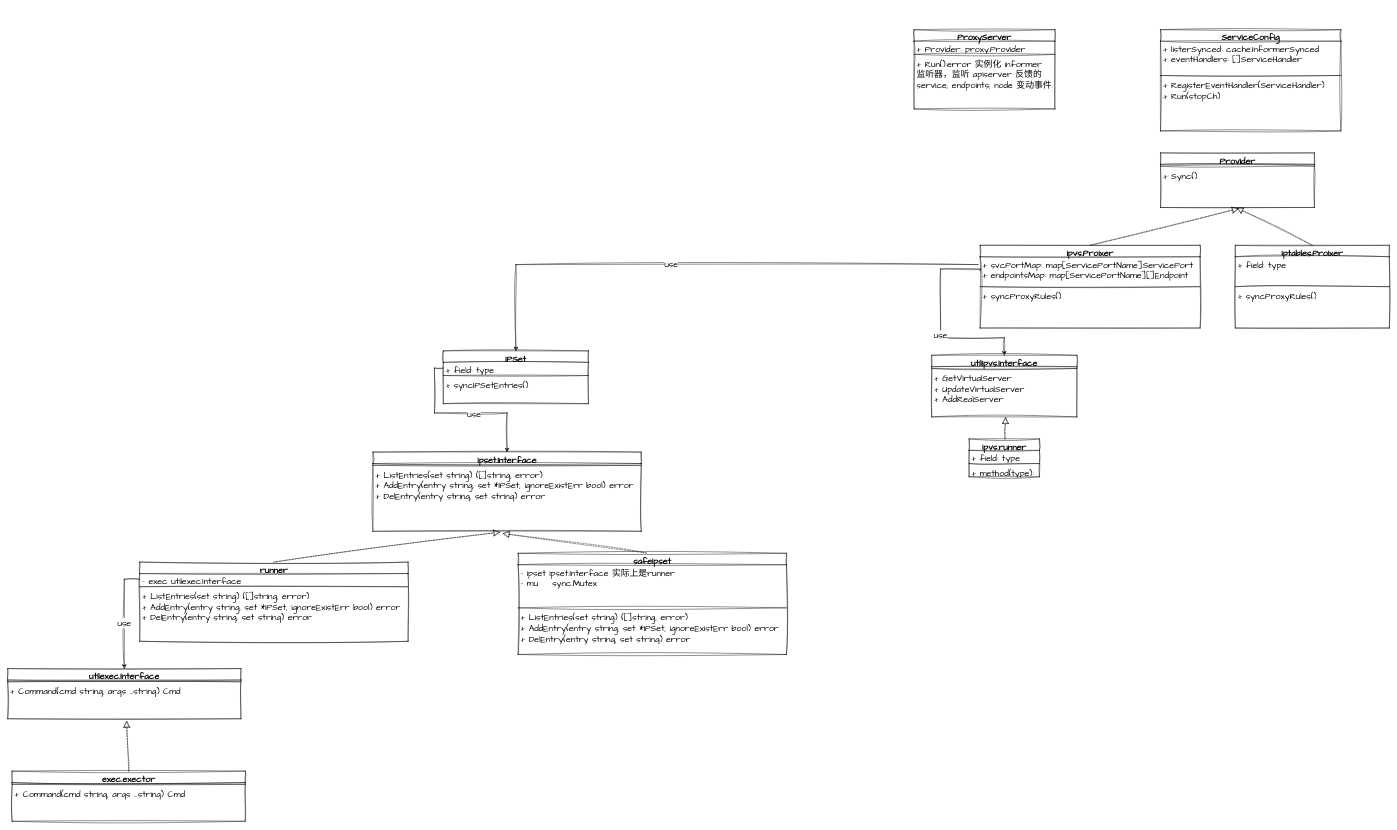
The draw.io diagram page "kube-proxy-class" (1 of 11) of docs/k8s-code-reading.drawio in caijiatao/go-lib, before the edit. Source tidied: cells renumbered, new cells numbered last; positions are measured from the earlier drawing's top-left corner, leaving out a move shared by most shapes. Both pictures are drawn from the tidied source at 44%, with x=0, y=0 at pixel (7, 29).
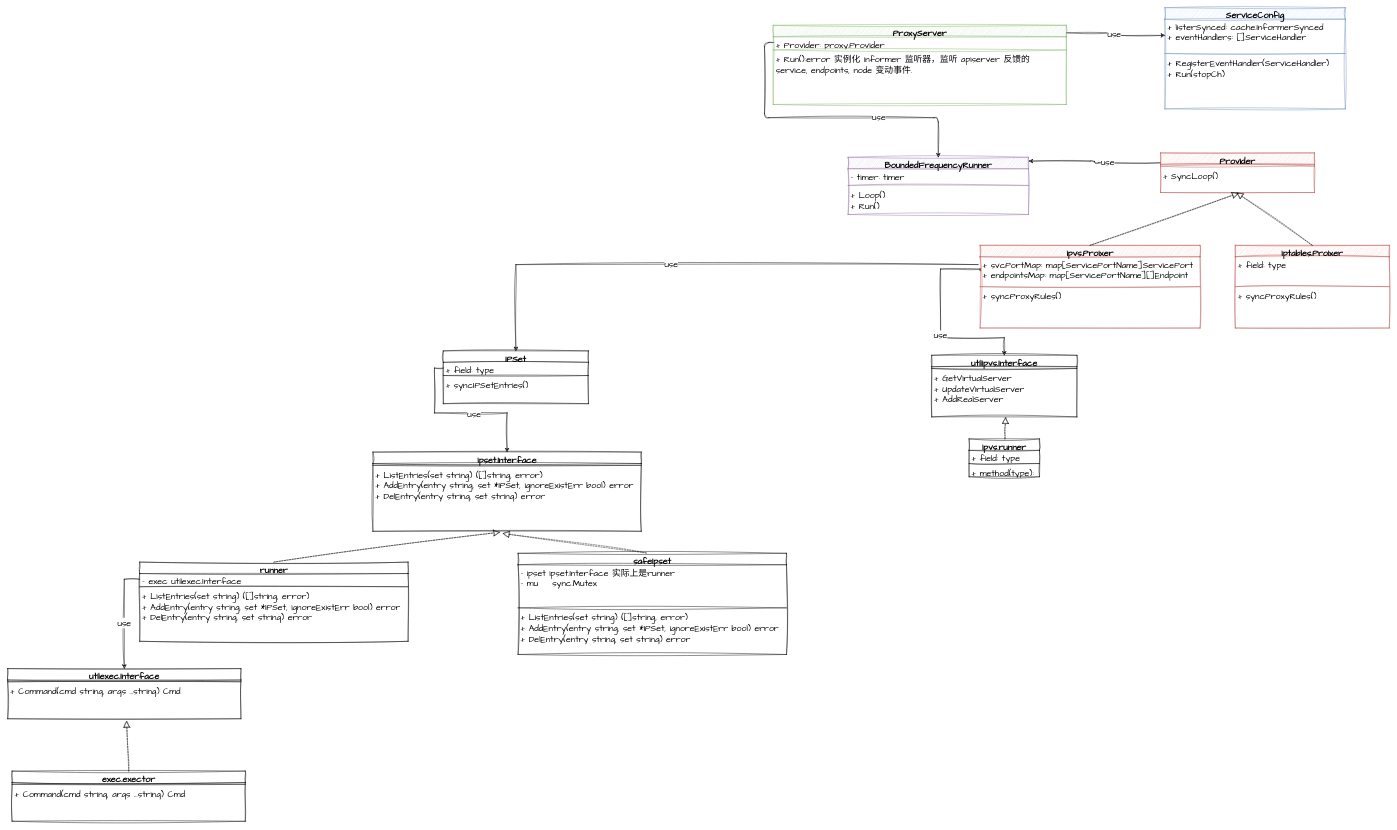
Above is the later version.

Commit message:
feature :add k8s pic

The change refers to these unchanged cells:
```xml
<mxCell id="7" value="+ listerSynced: cache.InformerSynced&lt;br&gt;+ eventHandlers: []ServiceHandler" style="text;strokeColor=none;fillColor=none;align=left;verticalAlign=top;spacingLeft=4;spacingRight=4;overflow=hidden;points=[[0,0.5],[1,0.5]];portConstraint=eastwest;whiteSpace=wrap;html=1;fontSize=20;fontFamily=Architects Daughter;" parent="6" vertex="1">
  <mxGeometry y="26" width="410" height="74" as="geometry" />
</mxCell>
```

The edit, as a diff of the source:
```diff
@@
+    <mxCell id="63" style="edgeStyle=orthogonalEdgeStyle;rounded=1;sketch=1;hachureGap=4;jiggle=2;curveFitting=1;jettySize=auto;html=1;fontFamily=Architects Daughter;fontSize=16;exitX=1;exitY=0.095;exitDx=0;exitDy=0;exitPerimeter=0;" parent="1" edge="1" source="2" target="7">
+      <mxGeometry relative="1" as="geometry" />
+    </mxCell>
+    <mxCell id="64" value="use" style="edgeLabel;html=1;align=center;verticalAlign=middle;fontSize=20;fontFamily=Architects Daughter;" parent="63" vertex="1">
+      <mxGeometry x="-0.05" y="-3" relative="1" as="geometry">
+        <mxPoint x="-1" as="offset" />
+      </mxGeometry>
+    </mxCell>
-    <mxCell id="2" value="ProxyServer" style="swimlane;fontStyle=1;align=center;verticalAlign=top;horizontal=1;startSize=26;whiteSpace=wrap;html=1;sketch=1;hachureGap=4;jiggle=2;curveFitting=1;fontFamily=Architects Daughter;fontSize=20;" parent="1" vertex="1">
-      <mxGeometry x="2060" width="320" height="180" as="geometry" />
+    <mxCell id="2" value="ProxyServer" style="swimlane;fontStyle=1;align=center;verticalAlign=top;horizontal=1;startSize=26;whiteSpace=wrap;html=1;sketch=1;hachureGap=4;jiggle=2;curveFitting=1;fontFamily=Architects Daughter;fontSize=20;fillColor=#d5e8d4;strokeColor=#82b366;" parent="1" vertex="1">
+      <mxGeometry x="1740" y="-10" width="666" height="180" as="geometry" />
     </mxCell>
     <mxCell id="3" value="+ Provider: proxy.Provider" style="text;strokeColor=none;fillColor=none;align=left;verticalAlign=top;spacingLeft=4;spacingRight=4;overflow=hidden;points=[[0,0.5],[1,0.5]];portConstraint=eastwest;whiteSpace=wrap;html=1;fontSize=20;fontFamily=Architects Daughter;" parent="2" vertex="1">
-      <mxGeometry y="26" width="320" height="26" as="geometry" />
+      <mxGeometry y="26" width="666" height="26" as="geometry" />
     </mxCell>
     <mxCell id="4" style="line;strokeWidth=1;fillColor=none;align=left;verticalAlign=middle;spacingTop=-1;spacingLeft=3;spacingRight=3;labelPosition=right;strokeColor=inherit;sketch=1;hachureGap=4;jiggle=2;curveFitting=1;fontFamily=Architects Daughter;fontSize=20;" parent="2" vertex="1">
-      <mxGeometry y="52" width="320" height="8" as="geometry" />
+      <mxGeometry y="52" width="666" height="8" as="geometry" />
     </mxCell>
     <mxCell id="5" value="+ Run():error 实例化 informer 监听器，监听 apiserver 反馈的 service, endpoints, node 变动事件." style="text;strokeColor=none;fillColor=none;align=left;verticalAlign=top;spacingLeft=4;spacingRight=4;overflow=hidden;whiteSpace=wrap;html=1;fontSize=20;fontFamily=Architects Daughter;" parent="2" vertex="1">
-      <mxGeometry y="60" width="320" height="120" as="geometry" />
+      <mxGeometry y="60" width="666" height="120" as="geometry" />
     </mxCell>
-    <mxCell id="6" value="ServiceConfig" style="swimlane;fontStyle=1;align=center;verticalAlign=top;horizontal=1;startSize=26;whiteSpace=wrap;html=1;sketch=1;hachureGap=4;jiggle=2;curveFitting=1;fontFamily=Architects Daughter;fontSize=20;" parent="1" vertex="1">
-      <mxGeometry x="2620" width="410" height="230" as="geometry" />
+    <mxCell id="6" value="ServiceConfig" style="swimlane;fontStyle=1;align=center;verticalAlign=top;horizontal=1;startSize=26;whiteSpace=wrap;html=1;sketch=1;hachureGap=4;jiggle=2;curveFitting=1;fontFamily=Architects Daughter;fontSize=20;fillColor=#dae8fc;strokeColor=#6c8ebf;" parent="1" vertex="1">
+      <mxGeometry x="2630" y="-50" width="410" height="230" as="geometry" />
     </mxCell>
@@
-    <mxCell id="10" value="ipvs.Proixer" style="swimlane;fontStyle=1;align=center;verticalAlign=top;horizontal=1;startSize=26;whiteSpace=wrap;html=1;sketch=1;hachureGap=4;jiggle=2;curveFitting=1;fontFamily=Architects Daughter;fontSize=20;" parent="1" vertex="1">
+    <mxCell id="10" value="ipvs.Proixer" style="swimlane;fontStyle=1;align=center;verticalAlign=top;horizontal=1;startSize=26;whiteSpace=wrap;html=1;sketch=1;hachureGap=4;jiggle=2;curveFitting=1;fontFamily=Architects Daughter;fontSize=20;fillColor=#f8cecc;strokeColor=#b85450;" parent="1" vertex="1">
       <mxGeometry x="2210" y="490" width="500" height="188" as="geometry" />
     </mxCell>
@@
+    <mxCell id="65" style="edgeStyle=orthogonalEdgeStyle;rounded=1;sketch=1;hachureGap=4;jiggle=2;curveFitting=1;jettySize=auto;html=1;exitX=0;exitY=0.25;exitDx=0;exitDy=0;entryX=1.002;entryY=0.066;entryDx=0;entryDy=0;entryPerimeter=0;fontFamily=Architects Daughter;fontSize=16;" parent="1" edge="1" source="14" target="67">
+      <mxGeometry relative="1" as="geometry" />
+    </mxCell>
+    <mxCell id="66" value="use" style="edgeLabel;html=1;align=center;verticalAlign=middle;fontSize=20;fontFamily=Architects Daughter;" parent="65" vertex="1">
+      <mxGeometry x="-0.2" y="-2" relative="1" as="geometry" />
+    </mxCell>
-    <mxCell id="14" value="Provider" style="swimlane;fontStyle=1;align=center;verticalAlign=top;horizontal=1;startSize=26;whiteSpace=wrap;html=1;sketch=1;hachureGap=4;jiggle=2;curveFitting=1;fontFamily=Architects Daughter;fontSize=20;" parent="1" vertex="1">
-      <mxGeometry x="2620" y="280" width="350" height="124" as="geometry" />
+    <mxCell id="14" value="Provider" style="swimlane;fontStyle=1;align=center;verticalAlign=top;horizontal=1;startSize=26;whiteSpace=wrap;html=1;sketch=1;hachureGap=4;jiggle=2;curveFitting=1;fontFamily=Architects Daughter;fontSize=20;fillColor=#f8cecc;strokeColor=#b85450;" parent="1" vertex="1">
+      <mxGeometry x="2620" y="280" width="350" height="90" as="geometry" />
     </mxCell>
@@
-    <mxCell id="16" value="+ Sync()" style="text;strokeColor=none;fillColor=none;align=left;verticalAlign=top;spacingLeft=4;spacingRight=4;overflow=hidden;points=[[0,0.5],[1,0.5]];portConstraint=eastwest;whiteSpace=wrap;html=1;fontSize=20;fontFamily=Architects Daughter;" parent="14" vertex="1">
-      <mxGeometry y="34" width="350" height="90" as="geometry" />
+    <mxCell id="16" value="+ SyncLoop()" style="text;strokeColor=none;fillColor=none;align=left;verticalAlign=top;spacingLeft=4;spacingRight=4;overflow=hidden;points=[[0,0.5],[1,0.5]];portConstraint=eastwest;whiteSpace=wrap;html=1;fontSize=20;fontFamily=Architects Daughter;" parent="14" vertex="1">
+      <mxGeometry y="34" width="350" height="56" as="geometry" />
     </mxCell>
@@
-    <mxCell id="18" value="iptables.Proixer" style="swimlane;fontStyle=1;align=center;verticalAlign=top;horizontal=1;startSize=26;whiteSpace=wrap;html=1;sketch=1;hachureGap=4;jiggle=2;curveFitting=1;fontFamily=Architects Daughter;fontSize=20;" parent="1" vertex="1">
+    <mxCell id="18" value="iptables.Proixer" style="swimlane;fontStyle=1;align=center;verticalAlign=top;horizontal=1;startSize=26;whiteSpace=wrap;html=1;sketch=1;hachureGap=4;jiggle=2;curveFitting=1;fontFamily=Architects Daughter;fontSize=20;fillColor=#f8cecc;strokeColor=#b85450;" parent="1" vertex="1">
       <mxGeometry x="2790" y="490" width="350" height="188" as="geometry" />
     </mxCell>
@@
+    <mxCell id="67" value="BoundedFrequencyRunner" style="swimlane;fontStyle=1;align=center;verticalAlign=top;horizontal=1;startSize=26;whiteSpace=wrap;html=1;sketch=1;hachureGap=4;jiggle=2;curveFitting=1;fontFamily=Architects Daughter;fontSize=20;fillColor=#e1d5e7;strokeColor=#9673a6;" parent="1" vertex="1">
+      <mxGeometry x="1910" y="290" width="410" height="130" as="geometry" />
+    </mxCell>
+    <mxCell id="68" value="- timer: timer" style="text;strokeColor=none;fillColor=none;align=left;verticalAlign=top;spacingLeft=4;spacingRight=4;overflow=hidden;whiteSpace=wrap;html=1;fontSize=20;fontFamily=Architects Daughter;" parent="67" vertex="1">
+      <mxGeometry y="26" width="410" height="34" as="geometry" />
+    </mxCell>
+    <mxCell id="69" style="line;strokeWidth=1;fillColor=none;align=left;verticalAlign=middle;spacingTop=-1;spacingLeft=3;spacingRight=3;labelPosition=right;strokeColor=inherit;sketch=1;hachureGap=4;jiggle=2;curveFitting=1;fontFamily=Architects Daughter;fontSize=20;" parent="67" vertex="1">
+      <mxGeometry y="60" width="410" height="8" as="geometry" />
+    </mxCell>
+    <mxCell id="70" value="+ Loop(&lt;span style=&quot;background-color: initial;&quot;&gt;)&lt;br&gt;+ Run()&lt;br&gt;&lt;/span&gt;" style="text;strokeColor=none;fillColor=none;align=left;verticalAlign=top;spacingLeft=4;spacingRight=4;overflow=hidden;whiteSpace=wrap;html=1;fontSize=20;fontFamily=Architects Daughter;" parent="67" vertex="1">
+      <mxGeometry y="68" width="410" height="62" as="geometry" />
+    </mxCell>
+    <mxCell id="71" style="edgeStyle=orthogonalEdgeStyle;rounded=1;sketch=1;hachureGap=4;jiggle=2;curveFitting=1;jettySize=auto;html=1;exitX=0;exitY=0.5;exitDx=0;exitDy=0;entryX=0.5;entryY=0;entryDx=0;entryDy=0;fontFamily=Architects Daughter;fontSize=16;" parent="1" edge="1" source="3" target="67">
+      <mxGeometry relative="1" as="geometry">
+        <Array as="points">
+          <mxPoint x="1720" y="29" />
+          <mxPoint x="1720" y="200" />
+          <mxPoint x="2115" y="200" />
+        </Array>
+      </mxGeometry>
+    </mxCell>
+    <mxCell id="72" value="use" style="edgeLabel;html=1;align=center;verticalAlign=middle;fontSize=20;fontFamily=Architects Daughter;" parent="71" vertex="1">
+      <mxGeometry x="0.33" y="3" relative="1" as="geometry" />
+    </mxCell>
```
